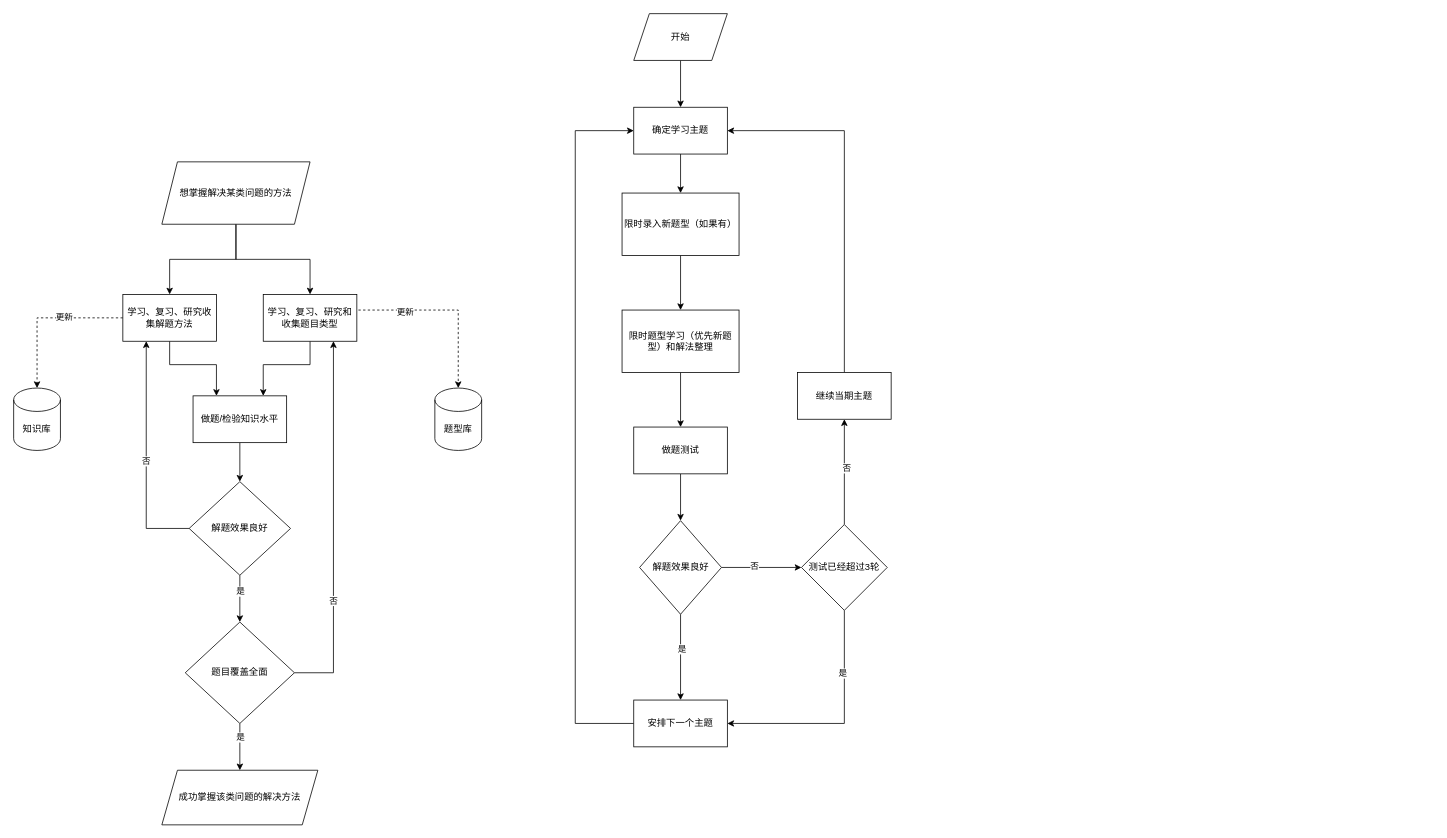
This is exercise_method.drawio from brendonlin/myflowchart, a draw.io file, before an edit. Source tidied: cells renumbered, new cells numbered last; positions are measured from the earlier drawing's top-left corner, leaving out a move shared by most shapes. Both pictures are drawn from the tidied source at 78%, with x=0, y=0 at pixel (13, 13).
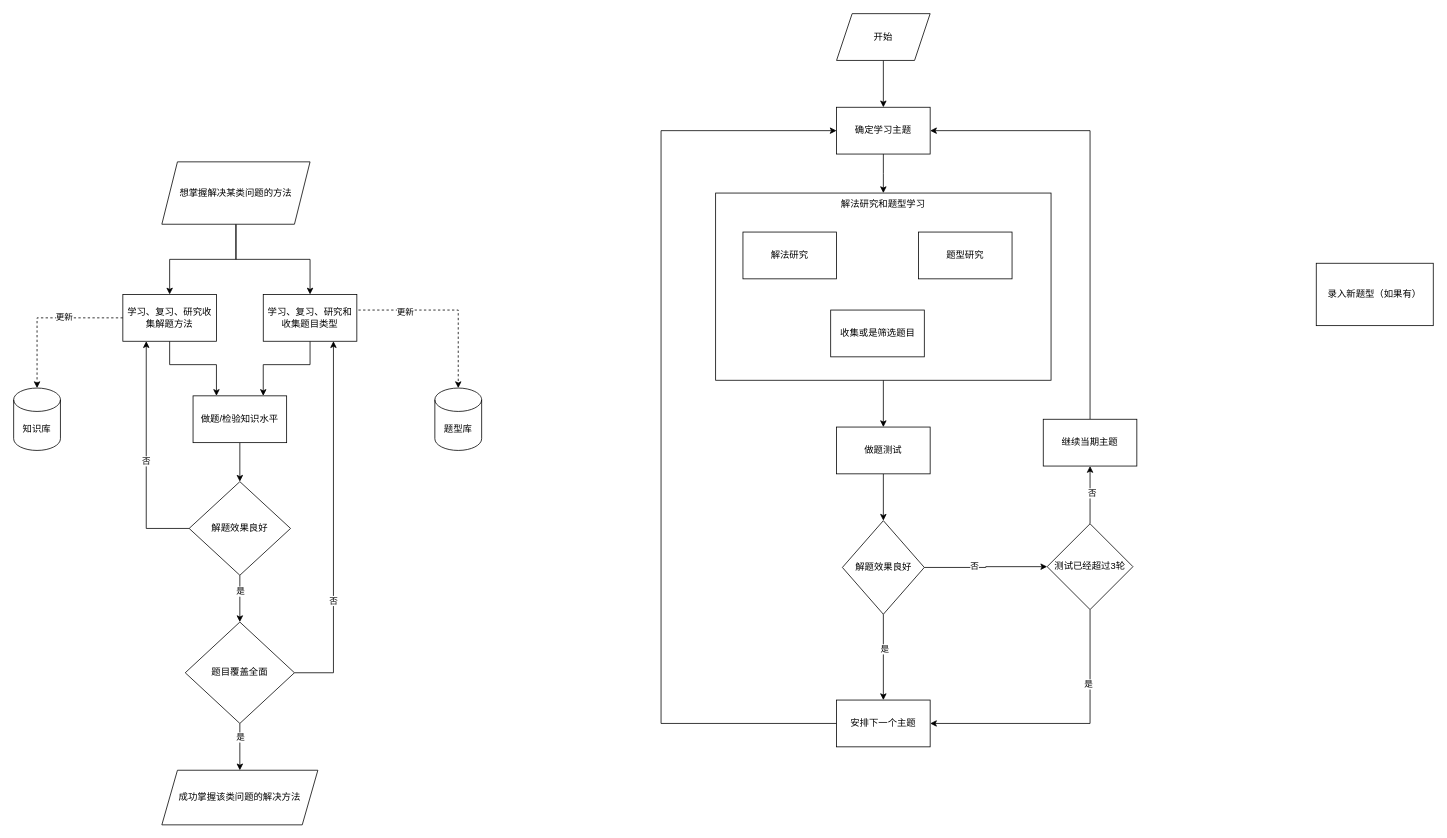
After the change.

Change to the diagram source:
```diff
@@
-    <mxCell id="28" style="edgeStyle=orthogonalEdgeStyle;rounded=0;jettySize=auto;html=1;" parent="1" edge="1" source="29" target="31">
-      <mxGeometry relative="1" as="geometry" />
-    </mxCell>
-    <mxCell id="29" value="限时录入新题型（如果有）" style="rounded=0;whiteSpace=wrap;html=1;" parent="1" vertex="1">
-      <mxGeometry x="780" y="230" width="150" height="80" as="geometry" />
-    </mxCell>
-    <mxCell id="30" style="edgeStyle=orthogonalEdgeStyle;rounded=0;jettySize=auto;html=1;" parent="1" edge="1" source="31" target="33">
-      <mxGeometry relative="1" as="geometry" />
-    </mxCell>
-    <mxCell id="31" value="限时题型学习（优先新题型）和解法整理" style="rounded=0;whiteSpace=wrap;html=1;" parent="1" vertex="1">
-      <mxGeometry x="780" y="380" width="150" height="80" as="geometry" />
-    </mxCell>
@@
     <mxCell id="33" value="做题测试" style="whiteSpace=wrap;html=1;rounded=0;" parent="1" vertex="1">
-      <mxGeometry x="795" y="530" width="120" height="60" as="geometry" />
+      <mxGeometry x="1055" y="530" width="120" height="60" as="geometry" />
     </mxCell>
@@
     <mxCell id="38" value="解题效果良好" style="rhombus;whiteSpace=wrap;html=1;" parent="1" vertex="1">
-      <mxGeometry x="802.5" y="650" width="105" height="120" as="geometry" />
+      <mxGeometry x="1062.5" y="650" width="105" height="120" as="geometry" />
     </mxCell>
     <mxCell id="39" style="edgeStyle=orthogonalEdgeStyle;rounded=0;jettySize=auto;html=1;entryX=0;entryY=0.5;entryDx=0;entryDy=0;" parent="1" edge="1" source="40" target="42">
       <mxGeometry relative="1" as="geometry">
         <Array as="points">
-          <mxPoint x="720" y="910" />
-          <mxPoint x="720" y="150" />
+          <mxPoint x="830" y="910" />
+          <mxPoint x="830" y="150" />
         </Array>
       </mxGeometry>
     </mxCell>
     <mxCell id="40" value="安排下一个主题" style="whiteSpace=wrap;html=1;" parent="1" vertex="1">
-      <mxGeometry x="795" y="880" width="120" height="60" as="geometry" />
+      <mxGeometry x="1055" y="880" width="120" height="60" as="geometry" />
     </mxCell>
-    <mxCell id="41" style="edgeStyle=orthogonalEdgeStyle;rounded=0;jettySize=auto;html=1;" parent="1" edge="1" source="42" target="29">
-      <mxGeometry relative="1" as="geometry" />
+    <mxCell id="41" style="edgeStyle=orthogonalEdgeStyle;rounded=0;jettySize=auto;html=1;" parent="1" edge="1" source="42">
+      <mxGeometry relative="1" as="geometry">
+        <mxPoint x="1115" y="230" as="targetPoint" />
+      </mxGeometry>
     </mxCell>
     <mxCell id="42" value="确定学习主题" style="rounded=0;whiteSpace=wrap;html=1;" parent="1" vertex="1">
-      <mxGeometry x="795" y="120" width="120" height="60" as="geometry" />
+      <mxGeometry x="1055" y="120" width="120" height="60" as="geometry" />
     </mxCell>
@@
     <mxCell id="44" value="开始" style="shape=parallelogram;perimeter=parallelogramPerimeter;whiteSpace=wrap;html=1;fixedSize=1;" parent="1" vertex="1">
-      <mxGeometry x="795" width="120" height="60" as="geometry" />
+      <mxGeometry x="1055" width="120" height="60" as="geometry" />
     </mxCell>
     <mxCell id="45" style="edgeStyle=orthogonalEdgeStyle;rounded=0;jettySize=auto;html=1;entryX=1;entryY=0.5;entryDx=0;entryDy=0;" parent="1" edge="1" source="49" target="40">
       <mxGeometry relative="1" as="geometry">
         <Array as="points">
-          <mxPoint x="1065" y="910" />
+          <mxPoint x="1380" y="910" />
         </Array>
       </mxGeometry>
     </mxCell>
@@
     <mxCell id="49" value="测试已经超过3轮" style="rhombus;whiteSpace=wrap;html=1;" parent="1" vertex="1">
-      <mxGeometry x="1010" y="655" width="110" height="110" as="geometry" />
+      <mxGeometry x="1325" y="654" width="110" height="110" as="geometry" />
     </mxCell>
     <mxCell id="50" style="edgeStyle=orthogonalEdgeStyle;rounded=0;jettySize=auto;html=1;entryX=1;entryY=0.5;entryDx=0;entryDy=0;" parent="1" edge="1" source="51" target="42">
       <mxGeometry relative="1" as="geometry">
         <Array as="points">
-          <mxPoint x="1065" y="150" />
+          <mxPoint x="1380" y="150" />
         </Array>
       </mxGeometry>
     </mxCell>
     <mxCell id="51" value="继续当期主题" style="rounded=0;whiteSpace=wrap;html=1;" parent="1" vertex="1">
-      <mxGeometry x="1005" y="460" width="120" height="60" as="geometry" />
+      <mxGeometry x="1320" y="520" width="120" height="60" as="geometry" />
     </mxCell>
+    <mxCell id="52" value="录入新题型（如果有）" style="rounded=0;whiteSpace=wrap;html=1;" parent="1" vertex="1">
+      <mxGeometry x="1670" y="320" width="150" height="80" as="geometry" />
+    </mxCell>
+    <mxCell id="53" style="edgeStyle=orthogonalEdgeStyle;rounded=0;jettySize=auto;html=1;" parent="1" edge="1" source="54" target="33">
+      <mxGeometry relative="1" as="geometry" />
+    </mxCell>
+    <mxCell id="54" value="解法研究和题型学习" style="rounded=0;whiteSpace=wrap;html=1;verticalAlign=top;" parent="1" vertex="1">
+      <mxGeometry x="900" y="230" width="430" height="240" as="geometry" />
+    </mxCell>
+    <mxCell id="55" value="解法研究" style="rounded=0;whiteSpace=wrap;html=1;" parent="1" vertex="1">
+      <mxGeometry x="935" y="280" width="120" height="60" as="geometry" />
+    </mxCell>
+    <mxCell id="56" value="题型研究" style="rounded=0;whiteSpace=wrap;html=1;" parent="1" vertex="1">
+      <mxGeometry x="1160" y="280" width="120" height="60" as="geometry" />
+    </mxCell>
+    <mxCell id="57" value="收集或是筛选题目" style="rounded=0;whiteSpace=wrap;html=1;" parent="1" vertex="1">
+      <mxGeometry x="1047.5" y="380" width="120" height="60" as="geometry" />
+    </mxCell>
```
